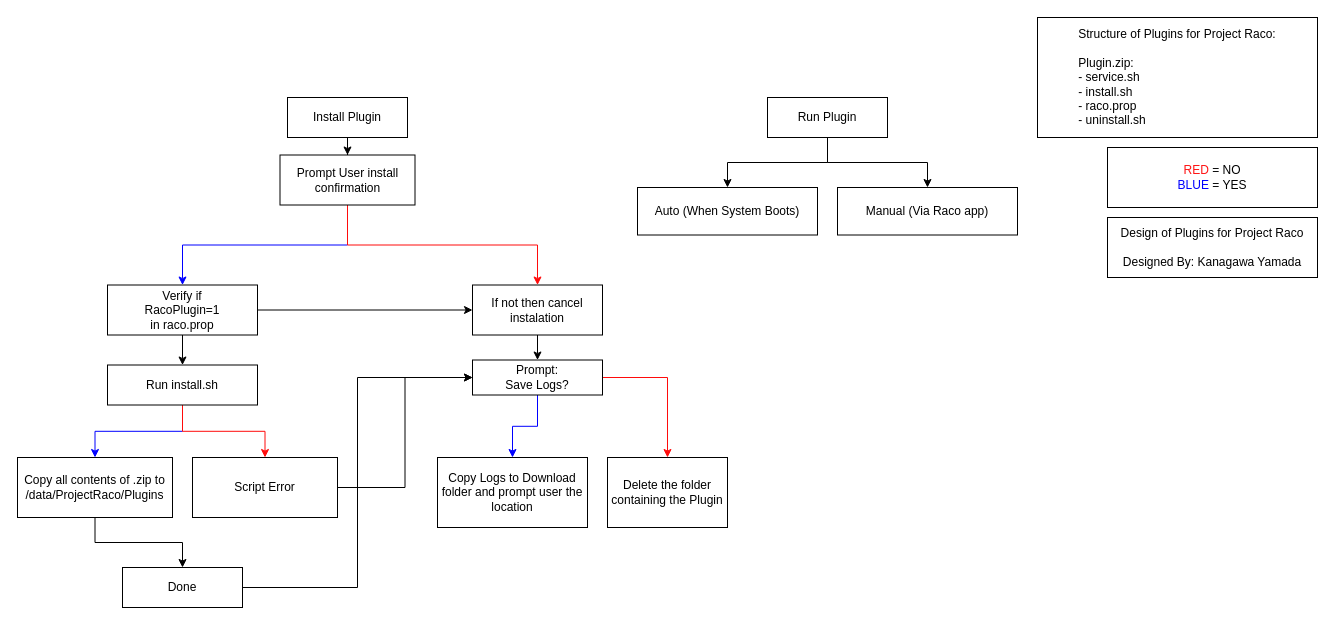
LoggingNewMemory/Project-Raco keeps this draw.io diagram as Designs/Design of Plugin.drawio. Above is the earlier version. Source tidied: cells renumbered, new cells numbered last; positions are measured from the earlier drawing's top-left corner, leaving out a move shared by most shapes. Both pictures are drawn from the tidied source at 100%, with x=0, y=0 at pixel (17, 17).
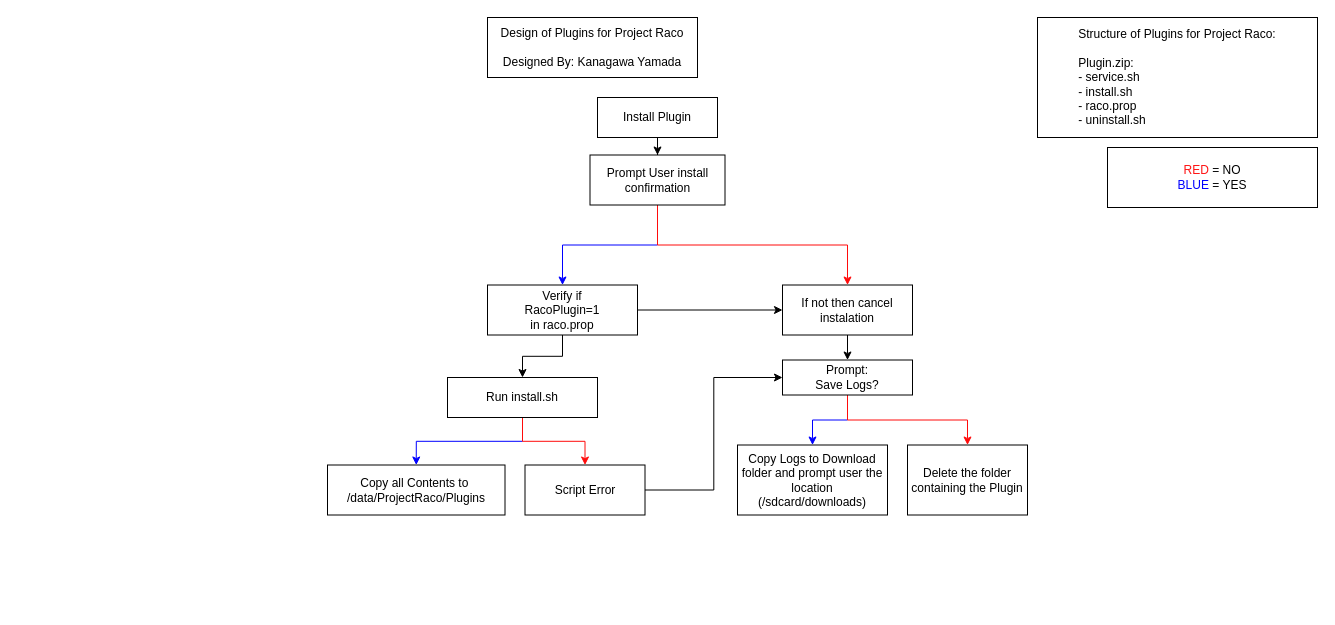
The same page after the edit.

Commit message (it also covers changes not shown here):
Update design of plugin

What changed in the source:
```diff
@@
     <mxCell id="2" value="Design of Plugins for Project Raco&lt;div&gt;&lt;br&gt;&lt;/div&gt;&lt;div&gt;Designed By: Kanagawa Yamada&lt;/div&gt;" style="rounded=0;whiteSpace=wrap;html=1;" parent="1" vertex="1">
-      <mxGeometry x="1090" y="200" width="210" height="60" as="geometry" />
+      <mxGeometry x="470" width="210" height="60" as="geometry" />
     </mxCell>
@@
     <mxCell id="6" value="Install Plugin" style="rounded=0;whiteSpace=wrap;html=1;" parent="1" vertex="1">
-      <mxGeometry x="270" y="80" width="120" height="40" as="geometry" />
+      <mxGeometry x="580" y="80" width="120" height="40" as="geometry" />
     </mxCell>
@@
     <mxCell id="8" value="&lt;div&gt;If not then cancel instalation&lt;/div&gt;" style="rounded=0;whiteSpace=wrap;html=1;" parent="1" vertex="1">
-      <mxGeometry x="455" y="267.5" width="130" height="50" as="geometry" />
+      <mxGeometry x="765" y="267.5" width="130" height="50" as="geometry" />
     </mxCell>
@@
     <mxCell id="11" value="&lt;div&gt;Verify if&lt;/div&gt;&lt;div&gt;RacoPlugin=1&lt;/div&gt;&lt;div&gt;in raco.prop&lt;/div&gt;" style="rounded=0;whiteSpace=wrap;html=1;" parent="1" vertex="1">
-      <mxGeometry x="90" y="267.5" width="150" height="50" as="geometry" />
+      <mxGeometry x="470" y="267.5" width="150" height="50" as="geometry" />
     </mxCell>
@@
     <mxCell id="14" value="Run install.sh" style="rounded=0;whiteSpace=wrap;html=1;" parent="1" vertex="1">
-      <mxGeometry x="90" y="347.5" width="150" height="40" as="geometry" />
+      <mxGeometry x="430" y="360" width="150" height="40" as="geometry" />
     </mxCell>
@@
     <mxCell id="18" value="&lt;div&gt;Prompt:&lt;br&gt;Save Logs?&lt;/div&gt;" style="rounded=0;whiteSpace=wrap;html=1;" parent="1" vertex="1">
-      <mxGeometry x="455" y="342.5" width="130" height="35" as="geometry" />
+      <mxGeometry x="765" y="342.5" width="130" height="35" as="geometry" />
     </mxCell>
     <mxCell id="19" value="Delete the folder containing the Plugin" style="rounded=0;whiteSpace=wrap;html=1;" parent="1" vertex="1">
-      <mxGeometry x="590" y="440" width="120" height="70" as="geometry" />
+      <mxGeometry x="890" y="427.5" width="120" height="70" as="geometry" />
     </mxCell>
-    <mxCell id="20" value="Copy Logs to Download folder and prompt user the location" style="rounded=0;whiteSpace=wrap;html=1;" parent="1" vertex="1">
-      <mxGeometry x="420" y="440" width="150" height="70" as="geometry" />
+    <mxCell id="20" value="Copy Logs to Download folder and prompt user the location (/sdcard/downloads)" style="rounded=0;whiteSpace=wrap;html=1;" parent="1" vertex="1">
+      <mxGeometry x="720" y="427.5" width="150" height="70" as="geometry" />
     </mxCell>
@@
     <mxCell id="22" value="Prompt User install confirmation" style="rounded=0;whiteSpace=wrap;html=1;" parent="1" vertex="1">
-      <mxGeometry x="262.5" y="137.5" width="135" height="50" as="geometry" />
+      <mxGeometry x="572.5" y="137.5" width="135" height="50" as="geometry" />
     </mxCell>
-    <mxCell id="23" style="edgeStyle=orthogonalEdgeStyle;rounded=0;jettySize=auto;html=1;" parent="1" edge="1" source="24" target="28">
-      <mxGeometry relative="1" as="geometry" />
-    </mxCell>
-    <mxCell id="24" value="Copy all contents of .zip to /data/ProjectRaco/&lt;span style=&quot;background-color: transparent; color: light-dark(rgb(0, 0, 0), rgb(255, 255, 255));&quot;&gt;Plugins&lt;/span&gt;" style="rounded=0;whiteSpace=wrap;html=1;" parent="1" vertex="1">
-      <mxGeometry y="440" width="155" height="60" as="geometry" />
+    <mxCell id="24" value="Copy all Contents to&amp;nbsp;&lt;div&gt;/data/ProjectRaco/Plugins&lt;/div&gt;" style="rounded=0;whiteSpace=wrap;html=1;" parent="1" vertex="1">
+      <mxGeometry x="310" y="447.5" width="177.5" height="50" as="geometry" />
     </mxCell>
@@
     <mxCell id="26" value="Script Error" style="rounded=0;whiteSpace=wrap;html=1;" parent="1" vertex="1">
-      <mxGeometry x="175" y="440" width="145" height="60" as="geometry" />
+      <mxGeometry x="507.5" y="447.5" width="120" height="50" as="geometry" />
     </mxCell>
-    <mxCell id="27" style="edgeStyle=orthogonalEdgeStyle;rounded=0;jettySize=auto;html=1;entryX=0;entryY=0.5;entryDx=0;entryDy=0;" parent="1" edge="1" source="28" target="18">
-      <mxGeometry relative="1" as="geometry" />
-    </mxCell>
-    <mxCell id="28" value="Done" style="rounded=0;whiteSpace=wrap;html=1;" parent="1" vertex="1">
-      <mxGeometry x="105" y="550" width="120" height="40" as="geometry" />
-    </mxCell>
-    <mxCell id="29" style="edgeStyle=orthogonalEdgeStyle;rounded=0;jettySize=auto;html=1;" parent="1" edge="1" source="31" target="32">
-      <mxGeometry relative="1" as="geometry" />
-    </mxCell>
-    <mxCell id="30" style="edgeStyle=orthogonalEdgeStyle;rounded=0;jettySize=auto;html=1;" parent="1" edge="1" source="31" target="33">
-      <mxGeometry relative="1" as="geometry" />
-    </mxCell>
-    <mxCell id="31" value="Run Plugin" style="rounded=0;whiteSpace=wrap;html=1;" parent="1" vertex="1">
-      <mxGeometry x="750" y="80" width="120" height="40" as="geometry" />
-    </mxCell>
-    <mxCell id="32" value="Auto (When System Boots)" style="rounded=0;whiteSpace=wrap;html=1;" parent="1" vertex="1">
-      <mxGeometry x="620" y="170" width="180" height="47.5" as="geometry" />
-    </mxCell>
-    <mxCell id="33" value="Manual (Via Raco app)" style="rounded=0;whiteSpace=wrap;html=1;" parent="1" vertex="1">
-      <mxGeometry x="820" y="170" width="180" height="47.5" as="geometry" />
-    </mxCell>
```
